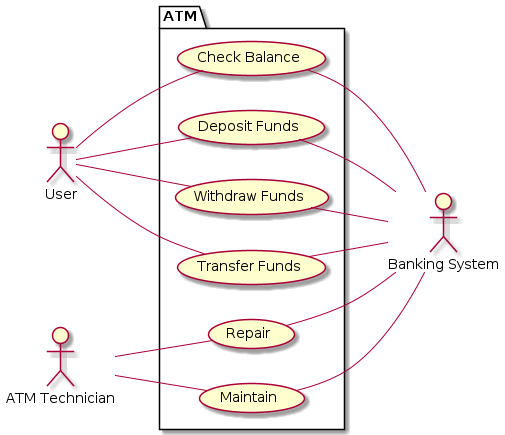
Earlier version of the PlantUML export se-lab/lab4/img/atm-use-case.png (seshaljain/semester-four). Its diagram source:
```plantuml
@startuml
left to right direction
actor User as user
actor :ATM Technician: as tech
actor :Banking System: as bs

package ATM {
        usecase "Check Balance" as checkBalance
        usecase "Deposit Funds" as depositFunds
        usecase "Withdraw Funds" as withdrawFunds
        usecase "Transfer Funds" as transferFunds
        usecase Repair as repair
        usecase Maintain as maintain
}

user -- checkBalance
user -- depositFunds
user -- withdrawFunds
user -- transferFunds

tech -- repair
tech -- maintain

checkBalance -- bs
depositFunds -- bs
withdrawFunds -- bs
transferFunds -- bs
repair -- bs
maintain -- bs
@enduml
```
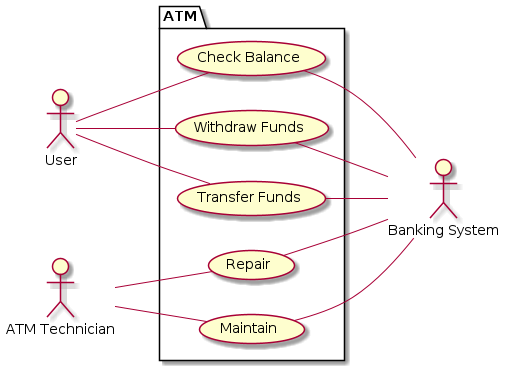
Later version of the same file.

The edit, as a diff of the source:
```diff
@@ -6,7 +6,6 @@
 
 package ATM {
         usecase "Check Balance" as checkBalance
-        usecase "Deposit Funds" as depositFunds
         usecase "Withdraw Funds" as withdrawFunds
         usecase "Transfer Funds" as transferFunds
         usecase Repair as repair
@@ -14,7 +13,6 @@
 }
 
 user -- checkBalance
-user -- depositFunds
 user -- withdrawFunds
 user -- transferFunds
 
@@ -22,7 +20,6 @@
 tech -- maintain
 
 checkBalance -- bs
-depositFunds -- bs
 withdrawFunds -- bs
 transferFunds -- bs
 repair -- bs
```
